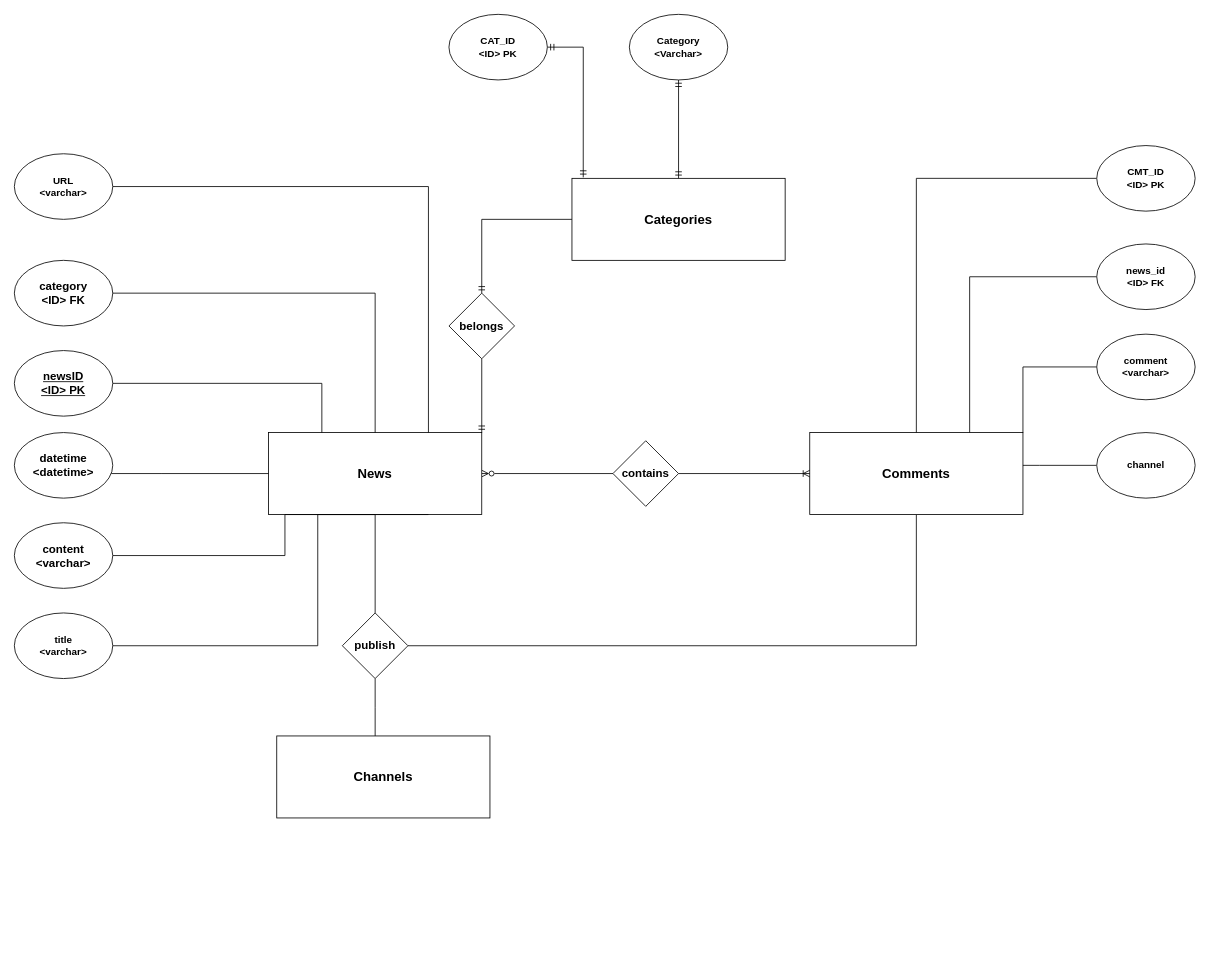
Before: news_dataset.drawio in xiaochen93/xiaochen93, a draw.io diagram. Source tidied: cells renumbered, new cells numbered last; positions are measured from the earlier drawing's top-left corner, leaving out a move shared by most shapes. Both pictures are drawn from the tidied source at 82%, with x=0, y=0 at pixel (14, 14).
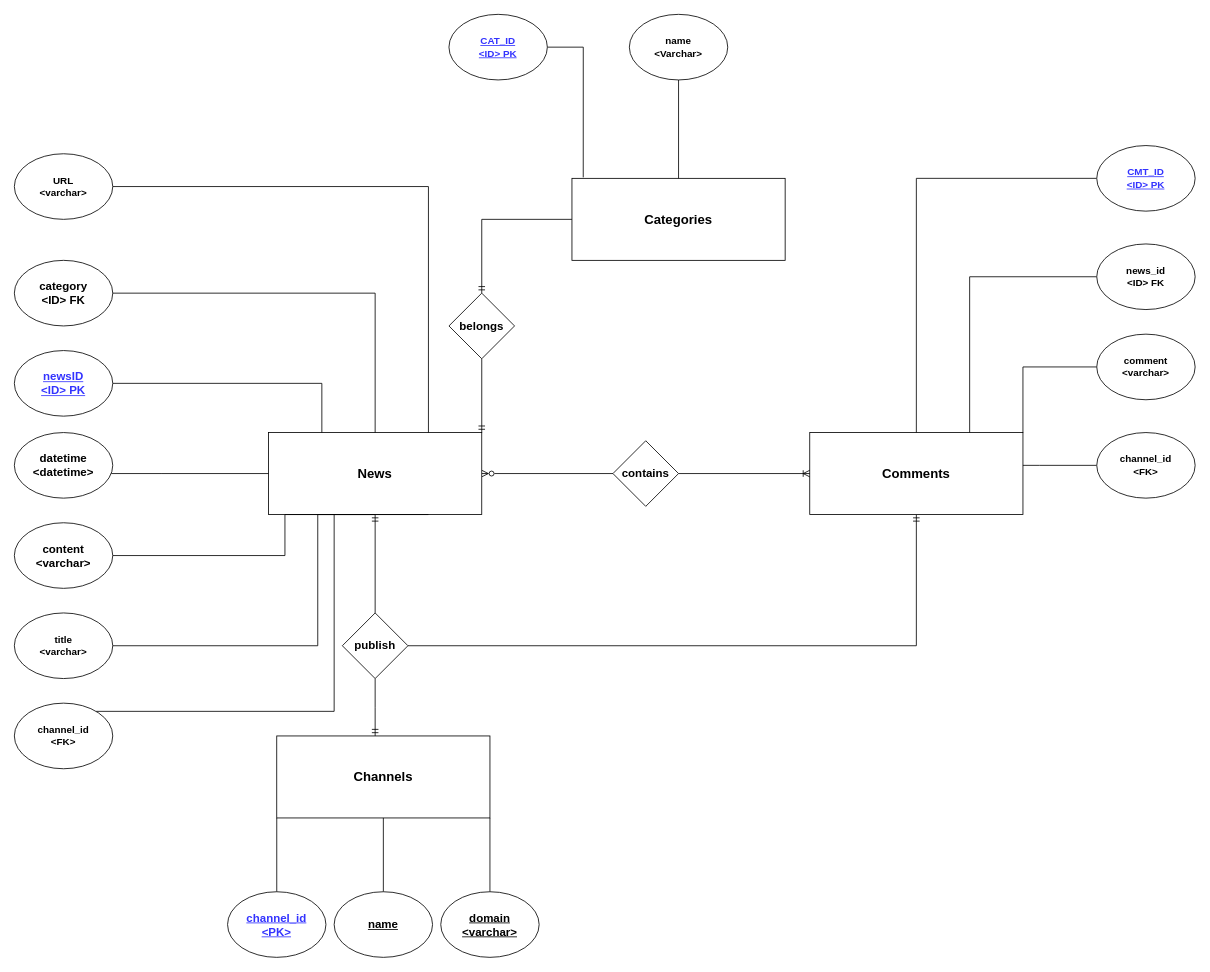
After the change.

The change refers to these unchanged cells:
```xml
<mxCell id="5" value="News" style="rounded=0;whiteSpace=wrap;html=1;fontSize=16;fontStyle=1;" parent="1" vertex="1">
  <mxGeometry x="310" y="510" width="260" height="100" as="geometry" />
</mxCell>
<mxCell id="19" value="Comments" style="rounded=0;whiteSpace=wrap;html=1;fontSize=16;fontStyle=1;" parent="1" vertex="1">
  <mxGeometry x="970" y="510" width="260" height="100" as="geometry" />
</mxCell>
<mxCell id="28" value="Channels" style="rounded=0;whiteSpace=wrap;html=1;fontSize=16;fontStyle=1;" parent="1" vertex="1">
  <mxGeometry x="320" y="880" width="260" height="100" as="geometry" />
</mxCell>
<mxCell id="30" value="Categories" style="rounded=0;whiteSpace=wrap;html=1;fontSize=16;fontStyle=1;" parent="1" vertex="1">
  <mxGeometry x="680" y="200" width="260" height="100" as="geometry" />
</mxCell>
<mxCell id="34" value="publish" style="rhombus;whiteSpace=wrap;html=1;fontSize=14;fontStyle=1;" parent="1" vertex="1">
  <mxGeometry x="400" y="730" width="80" height="80" as="geometry" />
</mxCell>
```

Diff of the diagram source:
```diff
@@
-    <mxCell id="3" style="edgeStyle=orthogonalEdgeStyle;rounded=0;jettySize=auto;html=1;fontSize=14;startArrow=none;startFill=0;endArrow=none;endFill=0;" parent="1" edge="1" source="5" target="34">
+    <mxCell id="3" style="edgeStyle=orthogonalEdgeStyle;rounded=0;jettySize=auto;html=1;fontSize=14;startArrow=ERmandOne;startFill=0;endArrow=none;endFill=0;" parent="1" edge="1" source="5" target="34">
       <mxGeometry relative="1" as="geometry" />
     </mxCell>
@@
-    <mxCell id="7" value="newsID&lt;br style=&quot;font-size: 14px;&quot;&gt;&amp;lt;ID&amp;gt; PK" style="ellipse;whiteSpace=wrap;html=1;fontStyle=5;fontSize=14;" parent="1" vertex="1">
+    <mxCell id="7" value="newsID&lt;br style=&quot;font-size: 14px;&quot;&gt;&amp;lt;ID&amp;gt; PK" style="ellipse;whiteSpace=wrap;html=1;fontStyle=5;fontSize=14;fontColor=#3333FF;" parent="1" vertex="1">
       <mxGeometry y="410" width="120" height="80" as="geometry" />
     </mxCell>
@@
-    <mxCell id="18" style="edgeStyle=orthogonalEdgeStyle;rounded=0;jettySize=auto;html=1;exitX=0.5;exitY=1;exitDx=0;exitDy=0;entryX=1;entryY=0.5;entryDx=0;entryDy=0;fontSize=14;startArrow=none;startFill=0;endArrow=none;endFill=0;" parent="1" edge="1" source="19" target="34">
+    <mxCell id="18" style="edgeStyle=orthogonalEdgeStyle;rounded=0;jettySize=auto;html=1;exitX=0.5;exitY=1;exitDx=0;exitDy=0;entryX=1;entryY=0.5;entryDx=0;entryDy=0;fontSize=14;startArrow=ERmandOne;startFill=0;endArrow=none;endFill=0;" parent="1" edge="1" source="19" target="34">
       <mxGeometry relative="1" as="geometry" />
     </mxCell>
@@
-    <mxCell id="23" value="CMT_ID&lt;br&gt;&amp;lt;ID&amp;gt; PK" style="ellipse;whiteSpace=wrap;html=1;fontStyle=1;" parent="1" vertex="1">
+    <mxCell id="23" value="CMT_ID&lt;br&gt;&amp;lt;ID&amp;gt; PK" style="ellipse;whiteSpace=wrap;html=1;fontStyle=5;fontColor=#3333FF;" parent="1" vertex="1">
       <mxGeometry x="1320" y="160" width="120" height="80" as="geometry" />
     </mxCell>
@@
-    <mxCell id="32" value="channel" style="ellipse;whiteSpace=wrap;html=1;fontStyle=1;" parent="1" vertex="1">
+    <mxCell id="32" value="channel_id&lt;br&gt;&amp;lt;FK&amp;gt;" style="ellipse;whiteSpace=wrap;html=1;fontStyle=1;" parent="1" vertex="1">
       <mxGeometry x="1320" y="510" width="120" height="80" as="geometry" />
     </mxCell>
-    <mxCell id="33" style="edgeStyle=orthogonalEdgeStyle;rounded=0;jettySize=auto;html=1;exitX=0.5;exitY=1;exitDx=0;exitDy=0;fontSize=14;startArrow=none;startFill=0;endArrow=none;endFill=0;" parent="1" edge="1" source="34">
+    <mxCell id="33" style="edgeStyle=orthogonalEdgeStyle;rounded=0;jettySize=auto;html=1;exitX=0.5;exitY=1;exitDx=0;exitDy=0;fontSize=14;startArrow=none;startFill=0;endArrow=ERmandOne;endFill=0;" parent="1" edge="1" source="34">
       <mxGeometry relative="1" as="geometry">
         <mxPoint x="440" y="880" as="targetPoint" />
       </mxGeometry>
     </mxCell>
@@
-    <mxCell id="36" style="edgeStyle=orthogonalEdgeStyle;rounded=0;jettySize=auto;html=1;entryX=0.053;entryY=-0.012;entryDx=0;entryDy=0;entryPerimeter=0;fontSize=14;startArrow=ERmandOne;startFill=0;endArrow=ERmandOne;endFill=0;" parent="1" edge="1" source="37" target="30">
+    <mxCell id="36" style="edgeStyle=orthogonalEdgeStyle;rounded=0;jettySize=auto;html=1;entryX=0.053;entryY=-0.012;entryDx=0;entryDy=0;entryPerimeter=0;fontSize=14;startArrow=none;startFill=0;endArrow=none;endFill=0;" parent="1" edge="1" source="37" target="30">
       <mxGeometry relative="1" as="geometry" />
     </mxCell>
-    <mxCell id="37" value="CAT_ID&lt;br&gt;&amp;lt;ID&amp;gt; PK" style="ellipse;whiteSpace=wrap;html=1;fontStyle=1;" parent="1" vertex="1">
+    <mxCell id="37" value="CAT_ID&lt;br&gt;&amp;lt;ID&amp;gt; PK" style="ellipse;whiteSpace=wrap;html=1;fontStyle=5;fontColor=#3333FF;" parent="1" vertex="1">
       <mxGeometry x="530" width="120" height="80" as="geometry" />
     </mxCell>
-    <mxCell id="38" style="edgeStyle=orthogonalEdgeStyle;rounded=0;jettySize=auto;html=1;fontSize=14;startArrow=ERmandOne;startFill=0;endArrow=ERmandOne;endFill=0;" parent="1" edge="1" source="39" target="30">
+    <mxCell id="38" style="edgeStyle=orthogonalEdgeStyle;rounded=0;jettySize=auto;html=1;fontSize=14;startArrow=none;startFill=0;endArrow=none;endFill=0;" parent="1" edge="1" source="39" target="30">
       <mxGeometry relative="1" as="geometry" />
     </mxCell>
-    <mxCell id="39" value="Category&lt;br&gt;&amp;lt;Varchar&amp;gt;" style="ellipse;whiteSpace=wrap;html=1;fontStyle=1;" parent="1" vertex="1">
+    <mxCell id="39" value="name&lt;br&gt;&amp;lt;Varchar&amp;gt;" style="ellipse;whiteSpace=wrap;html=1;fontStyle=1;" parent="1" vertex="1">
       <mxGeometry x="750" width="120" height="80" as="geometry" />
     </mxCell>
+    <mxCell id="40" style="edgeStyle=orthogonalEdgeStyle;rounded=0;jettySize=auto;html=1;fontSize=14;startArrow=none;startFill=0;endArrow=none;endFill=0;" parent="1" edge="1" source="41">
+      <mxGeometry relative="1" as="geometry">
+        <mxPoint x="390" y="610" as="targetPoint" />
+        <Array as="points">
+          <mxPoint x="390" y="850" />
+        </Array>
+      </mxGeometry>
+    </mxCell>
+    <mxCell id="41" value="channel_id&lt;br&gt;&amp;lt;FK&amp;gt;" style="ellipse;whiteSpace=wrap;html=1;fontStyle=1;" parent="1" vertex="1">
+      <mxGeometry y="840" width="120" height="80" as="geometry" />
+    </mxCell>
+    <mxCell id="42" style="edgeStyle=orthogonalEdgeStyle;rounded=0;jettySize=auto;html=1;entryX=0;entryY=1;entryDx=0;entryDy=0;fontSize=14;startArrow=none;startFill=0;endArrow=none;endFill=0;" parent="1" edge="1" source="43" target="28">
+      <mxGeometry relative="1" as="geometry" />
+    </mxCell>
+    <mxCell id="43" value="channel_id&lt;br style=&quot;font-size: 14px;&quot;&gt;&amp;lt;PK&amp;gt;" style="ellipse;whiteSpace=wrap;html=1;fontStyle=5;fontColor=#3333FF;fontSize=14;verticalAlign=middle;" parent="1" vertex="1">
+      <mxGeometry x="260" y="1070" width="120" height="80" as="geometry" />
+    </mxCell>
+    <mxCell id="44" style="edgeStyle=orthogonalEdgeStyle;rounded=0;jettySize=auto;html=1;entryX=1;entryY=1;entryDx=0;entryDy=0;fontSize=14;fontColor=#000000;startArrow=none;startFill=0;endArrow=none;endFill=0;" parent="1" edge="1" source="45" target="28">
+      <mxGeometry relative="1" as="geometry" />
+    </mxCell>
+    <mxCell id="45" value="domain&lt;br&gt;&amp;lt;varchar&amp;gt;" style="ellipse;whiteSpace=wrap;html=1;fontStyle=5;fontColor=#000000;fontSize=14;verticalAlign=middle;" parent="1" vertex="1">
+      <mxGeometry x="520" y="1070" width="120" height="80" as="geometry" />
+    </mxCell>
+    <mxCell id="46" style="edgeStyle=orthogonalEdgeStyle;rounded=0;jettySize=auto;html=1;exitX=0.5;exitY=0;exitDx=0;exitDy=0;fontSize=14;fontColor=#000000;startArrow=none;startFill=0;endArrow=none;endFill=0;" parent="1" edge="1" source="47" target="28">
+      <mxGeometry relative="1" as="geometry" />
+    </mxCell>
+    <mxCell id="47" value="name" style="ellipse;whiteSpace=wrap;html=1;fontStyle=5;fontColor=#000000;fontSize=14;verticalAlign=middle;" parent="1" vertex="1">
+      <mxGeometry x="390" y="1070" width="120" height="80" as="geometry" />
+    </mxCell>
```
